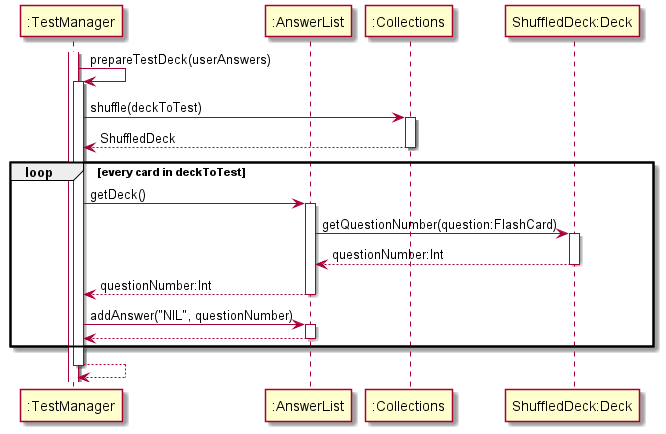
Before: docs/assets/prepareTestDeckSeqDiagram.png, a diagram exported from PlantUML (xkisxk/tp). The source it was exported from:
```plantuml
@startuml
participant ":TestManager" as TestManager
participant ":AnswerList" as AnswerList
participant ":Collections" as Collections
participant "ShuffledDeck:Deck" as Deck

activate TestManager

TestManager -> TestManager : prepareTestDeck(userAnswers)
activate TestManager

TestManager -> Collections : shuffle(deckToTest)
activate Collections

Collections --> TestManager : ShuffledDeck
deactivate Collections

loop every card in deckToTest
TestManager -> AnswerList : getDeck()
activate AnswerList
AnswerList -> Deck : getQuestionNumber(question:FlashCard)
activate Deck
Deck --> AnswerList : questionNumber:Int
deactivate Deck
AnswerList --> TestManager : questionNumber:Int
deactivate AnswerList

TestManager -> AnswerList : addAnswer("NIL", questionNumber)
activate AnswerList
AnswerList --> TestManager
deactivate AnswerList
end

TestManager --> TestManager
deactivate TestManager
@enduml
```
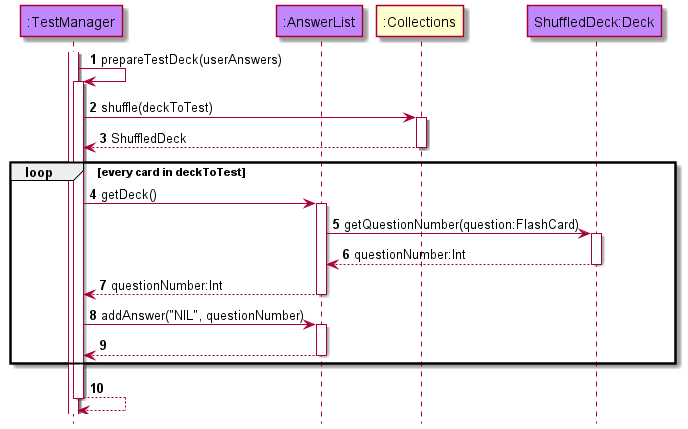
After the change.

The edit, as a diff of the source:
```diff
@@ -1,8 +1,12 @@
 @startuml
-participant ":TestManager" as TestManager
-participant ":AnswerList" as AnswerList
+!include style.puml
+autonumber
+hide footbox
+
+participant ":TestManager" as TestManager modelCOLOUR
+participant ":AnswerList" as AnswerList modelCOLOUR
 participant ":Collections" as Collections
-participant "ShuffledDeck:Deck" as Deck
+participant "ShuffledDeck:Deck" as Deck modelCOLOUR
 
 activate TestManager
 
```
